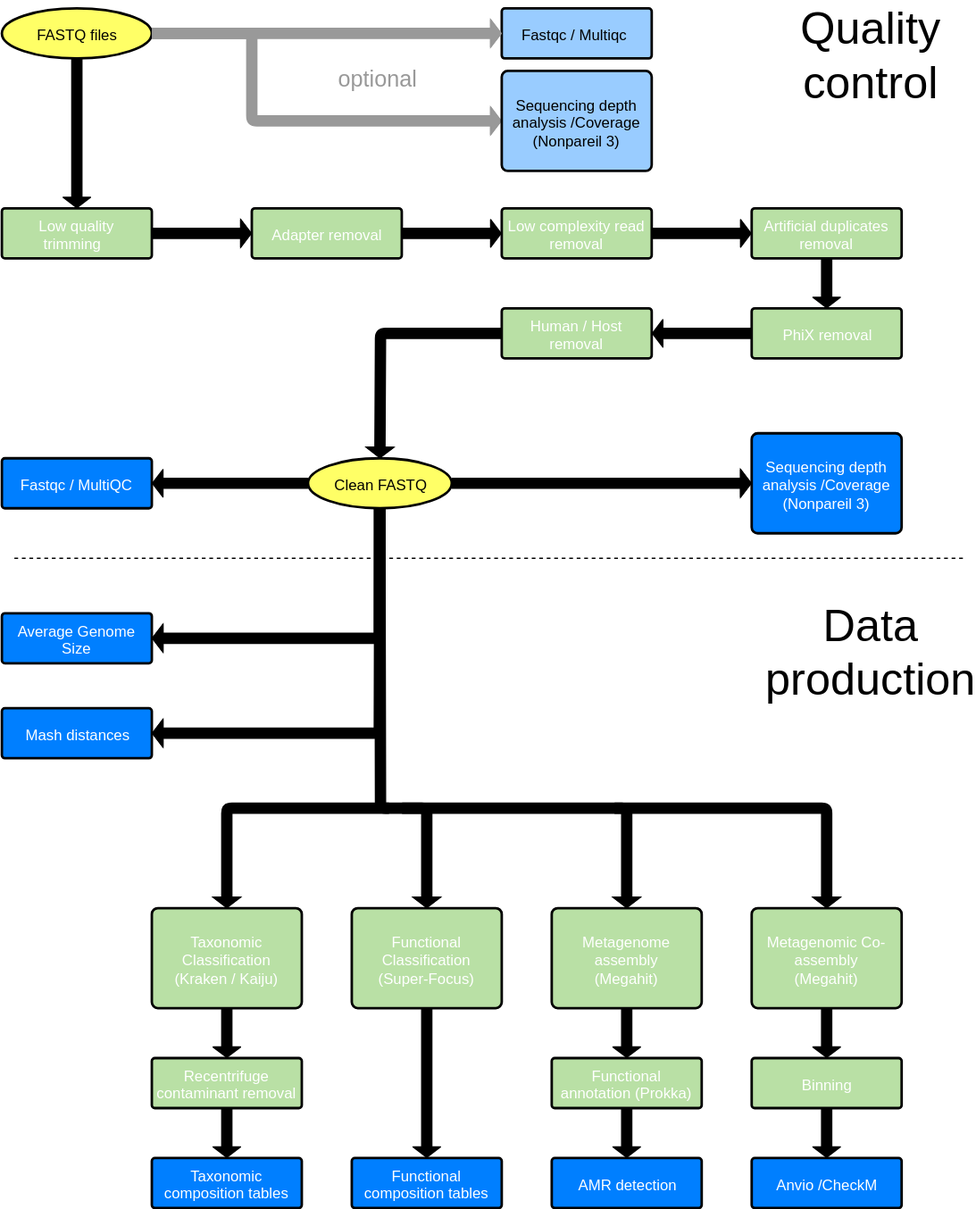
NorwegianVeterinaryInstitute/Talos keeps this draw.io diagram as Talos_workflow.svg. Above is the earlier version. Source tidied: cells renumbered, new cells last; positions are measured from the earlier drawing's top-left corner, leaving out a move shared by most shapes.
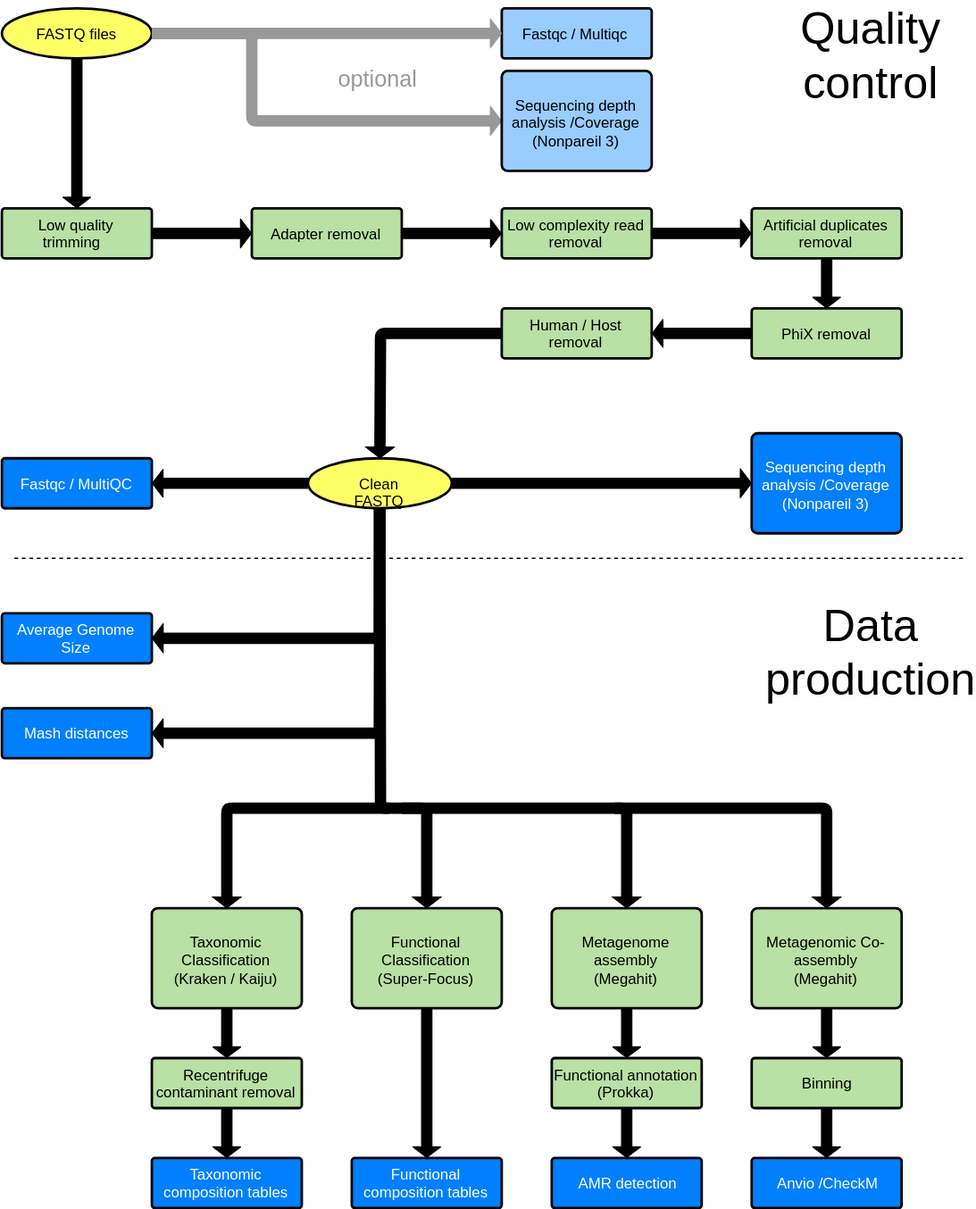
The same diagram one commit later.

The edit, as a diff of the source:
```diff
@@ -28,10 +28,10 @@
         </Array>
       </mxGeometry>
     </mxCell>
-    <mxCell id="7" value="&lt;font color=&quot;#ffffff&quot;&gt;Low quality trimming&amp;nbsp;&amp;nbsp;&lt;/font&gt;" style="strokeWidth=2;html=1;shape=mxgraph.flowchart.process;whiteSpace=wrap;fillColor=#B9E0A5;" parent="1" vertex="1">
+    <mxCell id="7" value="Low quality trimming&amp;nbsp;&amp;nbsp;" style="strokeWidth=2;html=1;shape=mxgraph.flowchart.process;whiteSpace=wrap;fillColor=#B9E0A5;" parent="1" vertex="1">
       <mxGeometry y="160" width="120" height="40" as="geometry" />
     </mxCell>
-    <mxCell id="8" value="&lt;font color=&quot;#ffffff&quot;&gt;Adapter removal&lt;/font&gt;" style="strokeWidth=2;html=1;shape=mxgraph.flowchart.process;whiteSpace=wrap;fillColor=#B9E0A5;" parent="1" vertex="1">
+    <mxCell id="8" value="Adapter removal" style="strokeWidth=2;html=1;shape=mxgraph.flowchart.process;whiteSpace=wrap;fillColor=#B9E0A5;" parent="1" vertex="1">
       <mxGeometry x="200" y="160" width="120" height="40" as="geometry" />
     </mxCell>
     <mxCell id="9" style="shape=flexArrow;endArrow=classic;html=1;exitX=1;exitY=0.5;exitDx=0;exitDy=0;exitPerimeter=0;entryX=0;entryY=0.5;entryDx=0;entryDy=0;entryPerimeter=0;endWidth=12.857142857142856;endSize=2.4619047619047616;width=8.095238095238095;fillColor=#000000;" parent="1" edge="1" source="7" target="8">
@@ -44,22 +44,22 @@
     <mxCell id="10" style="shape=flexArrow;endArrow=classic;html=1;exitX=1;exitY=0.5;exitDx=0;exitDy=0;exitPerimeter=0;endWidth=12.857142857142856;endSize=2.4619047619047616;width=8.095238095238095;fillColor=#000000;entryX=0;entryY=0.5;entryDx=0;entryDy=0;entryPerimeter=0;" parent="1" edge="1" source="8" target="11">
       <mxGeometry relative="1" as="geometry" />
     </mxCell>
-    <mxCell id="11" value="&lt;font color=&quot;#ffffff&quot;&gt;Low complexity read removal&lt;/font&gt;" style="strokeWidth=2;html=1;shape=mxgraph.flowchart.process;whiteSpace=wrap;fillColor=#B9E0A5;" parent="1" vertex="1">
+    <mxCell id="11" value="Low complexity read removal" style="strokeWidth=2;html=1;shape=mxgraph.flowchart.process;whiteSpace=wrap;fillColor=#B9E0A5;" parent="1" vertex="1">
       <mxGeometry x="400" y="160" width="120" height="40" as="geometry" />
     </mxCell>
-    <mxCell id="12" value="&lt;font color=&quot;#ffffff&quot;&gt;Artificial duplicates removal&lt;/font&gt;" style="strokeWidth=2;html=1;shape=mxgraph.flowchart.process;whiteSpace=wrap;fillColor=#B9E0A5;" parent="1" vertex="1">
+    <mxCell id="12" value="Artificial duplicates removal" style="strokeWidth=2;html=1;shape=mxgraph.flowchart.process;whiteSpace=wrap;fillColor=#B9E0A5;" parent="1" vertex="1">
       <mxGeometry x="600" y="160" width="120" height="40" as="geometry" />
     </mxCell>
     <mxCell id="13" style="shape=flexArrow;endArrow=classic;html=1;exitX=1;exitY=0.5;exitDx=0;exitDy=0;exitPerimeter=0;endWidth=12.857142857142856;endSize=2.4619047619047616;width=8.095238095238095;fillColor=#000000;entryX=0;entryY=0.5;entryDx=0;entryDy=0;entryPerimeter=0;" parent="1" edge="1" source="11" target="12">
       <mxGeometry relative="1" as="geometry" />
     </mxCell>
-    <mxCell id="14" value="&lt;font color=&quot;#ffffff&quot;&gt;PhiX removal&lt;/font&gt;" style="strokeWidth=2;html=1;shape=mxgraph.flowchart.process;whiteSpace=wrap;fillColor=#B9E0A5;" parent="1" vertex="1">
+    <mxCell id="14" value="PhiX removal" style="strokeWidth=2;html=1;shape=mxgraph.flowchart.process;whiteSpace=wrap;fillColor=#B9E0A5;" parent="1" vertex="1">
       <mxGeometry x="600" y="240" width="120" height="40" as="geometry" />
     </mxCell>
     <mxCell id="15" style="shape=flexArrow;endArrow=classic;html=1;exitX=0.5;exitY=1;exitDx=0;exitDy=0;exitPerimeter=0;endWidth=12.857142857142856;endSize=2.4619047619047616;width=8.095238095238095;fillColor=#000000;entryX=0.5;entryY=0;entryDx=0;entryDy=0;entryPerimeter=0;" parent="1" edge="1" source="12" target="14">
       <mxGeometry relative="1" as="geometry" />
     </mxCell>
-    <mxCell id="16" value="&lt;font color=&quot;#ffffff&quot;&gt;Human / Host removal&lt;/font&gt;" style="strokeWidth=2;html=1;shape=mxgraph.flowchart.process;whiteSpace=wrap;fillColor=#B9E0A5;" parent="1" vertex="1">
+    <mxCell id="16" value="Human / Host removal" style="strokeWidth=2;html=1;shape=mxgraph.flowchart.process;whiteSpace=wrap;fillColor=#B9E0A5;" parent="1" vertex="1">
       <mxGeometry x="400" y="240" width="120" height="40" as="geometry" />
     </mxCell>
     <mxCell id="17" style="shape=flexArrow;endArrow=classic;html=1;exitX=0;exitY=0.5;exitDx=0;exitDy=0;exitPerimeter=0;endWidth=12.857142857142856;endSize=2.4619047619047616;width=8.095238095238095;fillColor=#000000;entryX=1;entryY=0.5;entryDx=0;entryDy=0;entryPerimeter=0;" parent="1" edge="1" source="14" target="16">
@@ -132,10 +132,10 @@
         </Array>
       </mxGeometry>
     </mxCell>
-    <mxCell id="33" value="&lt;font color=&quot;#ffffff&quot;&gt;Taxonomic Classification&lt;br&gt;(Kraken / Kaiju)&lt;br&gt;&lt;/font&gt;" style="strokeWidth=2;html=1;shape=mxgraph.flowchart.process;whiteSpace=wrap;fillColor=#B9E0A5;" parent="1" vertex="1">
+    <mxCell id="33" value="Taxonomic Classification&lt;br&gt;(Kraken / Kaiju)" style="strokeWidth=2;html=1;shape=mxgraph.flowchart.process;whiteSpace=wrap;fillColor=#B9E0A5;" parent="1" vertex="1">
       <mxGeometry x="120" y="720" width="120" height="80" as="geometry" />
     </mxCell>
-    <mxCell id="34" value="&lt;font color=&quot;#ffffff&quot;&gt;Recentrifuge contaminant removal&lt;/font&gt;" style="strokeWidth=2;html=1;shape=mxgraph.flowchart.process;whiteSpace=wrap;fillColor=#B9E0A5;" parent="1" vertex="1">
+    <mxCell id="34" value="Recentrifuge contaminant removal" style="strokeWidth=2;html=1;shape=mxgraph.flowchart.process;whiteSpace=wrap;fillColor=#B9E0A5;" parent="1" vertex="1">
       <mxGeometry x="120" y="840" width="120" height="40" as="geometry" />
     </mxCell>
     <mxCell id="35" style="shape=flexArrow;endArrow=classic;html=1;exitX=0.5;exitY=1;exitDx=0;exitDy=0;exitPerimeter=0;endWidth=12.857142857142856;endSize=2.4619047619047616;width=8.095238095238095;fillColor=#000000;entryX=0.5;entryY=0;entryDx=0;entryDy=0;entryPerimeter=0;" parent="1" edge="1" source="33" target="34">
@@ -147,7 +147,7 @@
     <mxCell id="37" style="shape=flexArrow;endArrow=classic;html=1;exitX=0.5;exitY=1;exitDx=0;exitDy=0;exitPerimeter=0;endWidth=12.857142857142856;endSize=2.4619047619047616;width=8.095238095238095;fillColor=#000000;entryX=0.5;entryY=0;entryDx=0;entryDy=0;entryPerimeter=0;" parent="1" edge="1" source="34" target="36">
       <mxGeometry relative="1" as="geometry" />
     </mxCell>
-    <mxCell id="38" value="&lt;font color=&quot;#ffffff&quot;&gt;Functional Classification&lt;br&gt;(Super-Focus)&lt;br&gt;&lt;/font&gt;" style="strokeWidth=2;html=1;shape=mxgraph.flowchart.process;whiteSpace=wrap;fillColor=#B9E0A5;" parent="1" vertex="1">
+    <mxCell id="38" value="Functional Classification&lt;br&gt;(Super-Focus)" style="strokeWidth=2;html=1;shape=mxgraph.flowchart.process;whiteSpace=wrap;fillColor=#B9E0A5;" parent="1" vertex="1">
       <mxGeometry x="280" y="720" width="120" height="80" as="geometry" />
     </mxCell>
     <mxCell id="39" style="shape=flexArrow;endArrow=classic;html=1;exitX=0.5;exitY=1;exitDx=0;exitDy=0;exitPerimeter=0;endWidth=12.857142857142856;endSize=2.4619047619047616;width=8.095238095238095;fillColor=#000000;entryX=0.5;entryY=0;entryDx=0;entryDy=0;entryPerimeter=0;" parent="1" edge="1" source="38" target="40">
@@ -172,10 +172,10 @@
         </Array>
       </mxGeometry>
     </mxCell>
-    <mxCell id="43" value="&lt;font color=&quot;#ffffff&quot;&gt;Metagenome assembly&lt;br&gt;(Megahit)&lt;br&gt;&lt;/font&gt;" style="strokeWidth=2;html=1;shape=mxgraph.flowchart.process;whiteSpace=wrap;fillColor=#B9E0A5;" parent="1" vertex="1">
+    <mxCell id="43" value="Metagenome assembly&lt;br&gt;(Megahit)" style="strokeWidth=2;html=1;shape=mxgraph.flowchart.process;whiteSpace=wrap;fillColor=#B9E0A5;" parent="1" vertex="1">
       <mxGeometry x="440" y="720" width="120" height="80" as="geometry" />
     </mxCell>
-    <mxCell id="44" value="&lt;font color=&quot;#ffffff&quot;&gt;Functional annotation (Prokka)&lt;/font&gt;" style="strokeWidth=2;html=1;shape=mxgraph.flowchart.process;whiteSpace=wrap;fillColor=#B9E0A5;" parent="1" vertex="1">
+    <mxCell id="44" value="Functional annotation (Prokka)" style="strokeWidth=2;html=1;shape=mxgraph.flowchart.process;whiteSpace=wrap;fillColor=#B9E0A5;" parent="1" vertex="1">
       <mxGeometry x="440" y="840" width="120" height="40" as="geometry" />
     </mxCell>
     <mxCell id="45" value="&lt;font color=&quot;#ffffff&quot;&gt;AMR detection&lt;/font&gt;" style="strokeWidth=2;html=1;shape=mxgraph.flowchart.process;whiteSpace=wrap;fillColor=#007FFF;" parent="1" vertex="1">
@@ -195,10 +195,10 @@
         </Array>
       </mxGeometry>
     </mxCell>
-    <mxCell id="49" value="&lt;font color=&quot;#ffffff&quot;&gt;Metagenomic Co-assembly&lt;br&gt;(Megahit)&lt;br&gt;&lt;/font&gt;" style="strokeWidth=2;html=1;shape=mxgraph.flowchart.process;whiteSpace=wrap;fillColor=#B9E0A5;" parent="1" vertex="1">
+    <mxCell id="49" value="Metagenomic Co-assembly&lt;br&gt;(Megahit)" style="strokeWidth=2;html=1;shape=mxgraph.flowchart.process;whiteSpace=wrap;fillColor=#B9E0A5;" parent="1" vertex="1">
       <mxGeometry x="600" y="720" width="120" height="80" as="geometry" />
     </mxCell>
-    <mxCell id="50" value="&lt;font color=&quot;#ffffff&quot;&gt;Binning&lt;/font&gt;" style="strokeWidth=2;html=1;shape=mxgraph.flowchart.process;whiteSpace=wrap;fillColor=#B9E0A5;" parent="1" vertex="1">
+    <mxCell id="50" value="Binning" style="strokeWidth=2;html=1;shape=mxgraph.flowchart.process;whiteSpace=wrap;fillColor=#B9E0A5;" parent="1" vertex="1">
       <mxGeometry x="600" y="840" width="120" height="40" as="geometry" />
     </mxCell>
     <mxCell id="51" value="&lt;font color=&quot;#ffffff&quot;&gt;Anvio /CheckM&lt;/font&gt;" style="strokeWidth=2;html=1;shape=mxgraph.flowchart.process;whiteSpace=wrap;fillColor=#007FFF;" parent="1" vertex="1">
```
